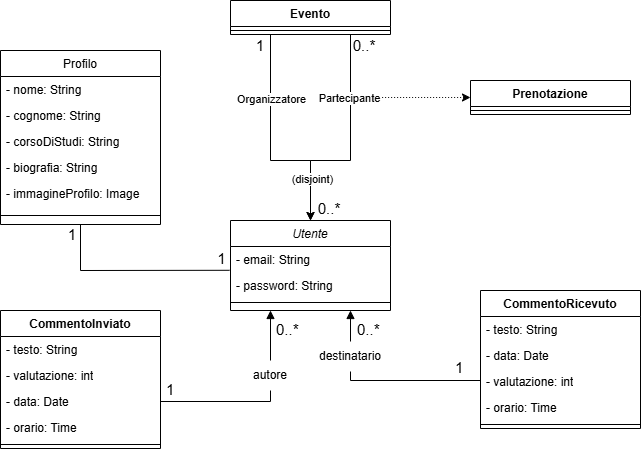
Above: latex/images/modello-del-dominio-utente.png in federicoporpora/studyLink (draw.io), before the change. Source tidied: cells renumbered, new cells last; positions are measured from the earlier drawing's top-left corner, leaving out a move shared by most shapes.
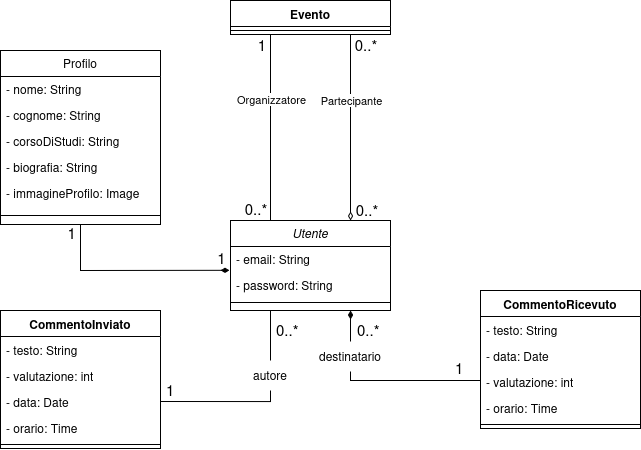
After the change.

Change to the diagram source:
```diff
@@ -35,7 +35,7 @@
     <mxCell id="12" style="line;html=1;strokeWidth=1;align=left;verticalAlign=middle;spacingTop=-1;spacingLeft=3;spacingRight=3;labelPosition=right;" parent="6" vertex="1">
       <mxGeometry y="156" width="160" height="18" as="geometry" />
     </mxCell>
-    <mxCell id="13" style="endArrow=none;shadow=0;strokeWidth=1;rounded=0;curved=0;endFill=0;edgeStyle=elbowEdgeStyle;elbow=vertical;exitX=-0.006;exitY=-0.085;exitDx=0;exitDy=0;exitPerimeter=0;" parent="1" edge="1" source="4" target="6">
+    <mxCell id="13" style="endArrow=none;shadow=0;strokeWidth=1;rounded=0;curved=0;endFill=0;edgeStyle=elbowEdgeStyle;elbow=vertical;exitX=-0.006;exitY=-0.085;exitDx=0;exitDy=0;exitPerimeter=0;startArrow=diamondThin;startFill=1;" parent="1" edge="1" source="4" target="6">
       <mxGeometry x="0.5" y="41" relative="1" as="geometry">
         <Array as="points">
           <mxPoint x="80" y="270" />
@@ -53,35 +53,32 @@
         <mxPoint x="-3" y="20" as="offset" />
       </mxGeometry>
     </mxCell>
-    <mxCell id="16" style="endArrow=block;endFill=1;html=1;edgeStyle=orthogonalEdgeStyle;align=left;verticalAlign=top;rounded=0;entryX=0.25;entryY=1;entryDx=0;entryDy=0;" parent="1" edge="1" source="30" target="2">
+    <mxCell id="16" style="endArrow=none;endFill=0;html=1;edgeStyle=orthogonalEdgeStyle;align=left;verticalAlign=top;rounded=0;entryX=0.25;entryY=1;entryDx=0;entryDy=0;" parent="1" edge="1" source="30" target="2">
       <mxGeometry x="-1" relative="1" as="geometry" />
     </mxCell>
     <mxCell id="17" value="&lt;font style=&quot;font-size: 15px;&quot;&gt;0..*&lt;/font&gt;" style="edgeLabel;html=1;align=left;verticalAlign=bottom;" parent="1" vertex="1">
       <mxGeometry x="274" y="340" as="geometry" />
     </mxCell>
-    <mxCell id="18" style="endArrow=block;endFill=1;html=1;edgeStyle=orthogonalEdgeStyle;align=left;verticalAlign=top;rounded=0;exitX=0.5;exitY=0;exitDx=0;exitDy=0;entryX=0.75;entryY=1;entryDx=0;entryDy=0;" parent="1" edge="1" source="27" target="2">
+    <mxCell id="18" style="endArrow=diamondThin;endFill=1;html=1;edgeStyle=orthogonalEdgeStyle;align=left;verticalAlign=top;rounded=0;exitX=0.5;exitY=0;exitDx=0;exitDy=0;entryX=0.75;entryY=1;entryDx=0;entryDy=0;" parent="1" edge="1" source="27" target="2">
       <mxGeometry x="-1" relative="1" as="geometry" />
     </mxCell>
     <mxCell id="19" value="0..*" style="edgeLabel;html=1;align=left;verticalAlign=bottom;fontSize=15;" parent="1" vertex="1">
       <mxGeometry x="355" y="340" as="geometry" />
     </mxCell>
+    <mxCell id="52" style="edgeStyle=orthogonalEdgeStyle;rounded=0;jettySize=auto;html=1;exitX=0.75;exitY=1;exitDx=0;exitDy=0;entryX=0.75;entryY=0;entryDx=0;entryDy=0;endArrow=diamondThin;endFill=0;" parent="1" edge="1" source="20" target="2">
+      <mxGeometry relative="1" as="geometry" />
+    </mxCell>
+    <mxCell id="47" value="Partecipante" style="edgeLabel;html=1;align=center;verticalAlign=middle;" parent="52" vertex="1">
+      <mxGeometry x="-0.29" y="-1" relative="1" as="geometry">
+        <mxPoint x="2" as="offset" />
+      </mxGeometry>
+    </mxCell>
     <mxCell id="20" value="Evento" style="swimlane;fontStyle=1;align=center;verticalAlign=top;horizontal=1;startSize=26;whiteSpace=wrap;html=1;" parent="1" vertex="1">
       <mxGeometry x="230" width="160" height="34" as="geometry" />
     </mxCell>
     <mxCell id="21" style="line;strokeWidth=1;fillColor=none;align=left;verticalAlign=middle;spacingTop=-1;spacingLeft=3;spacingRight=3;labelPosition=right;strokeColor=inherit;" parent="20" vertex="1">
       <mxGeometry y="26" width="160" height="8" as="geometry" />
     </mxCell>
-    <mxCell id="22" style="edgeStyle=orthogonalEdgeStyle;rounded=0;jettySize=auto;html=1;exitX=0;exitY=0.5;exitDx=0;exitDy=0;endArrow=none;endFill=0;startArrow=classic;startFill=1;dashed=1;dashPattern=1 2;" parent="1" edge="1" source="23">
-      <mxGeometry relative="1" as="geometry">
-        <mxPoint x="380" y="97" as="targetPoint" />
-      </mxGeometry>
-    </mxCell>
-    <mxCell id="23" value="Prenotazione" style="swimlane;fontStyle=1;align=center;verticalAlign=top;horizontal=1;startSize=26;whiteSpace=wrap;html=1;" parent="1" vertex="1">
-      <mxGeometry x="470" y="80" width="160" height="34" as="geometry" />
-    </mxCell>
-    <mxCell id="24" style="line;strokeWidth=1;fillColor=none;align=left;verticalAlign=middle;spacingTop=-1;spacingLeft=3;spacingRight=3;labelPosition=right;strokeColor=inherit;" parent="23" vertex="1">
-      <mxGeometry y="26" width="160" height="8" as="geometry" />
-    </mxCell>
     <mxCell id="25" style="endArrow=none;endFill=0;html=1;edgeStyle=orthogonalEdgeStyle;align=left;verticalAlign=top;rounded=0;exitX=0;exitY=0.5;exitDx=0;exitDy=0;entryX=0.5;entryY=1;entryDx=0;entryDy=0;" parent="1" edge="1">
       <mxGeometry x="-1" relative="1" as="geometry">
         <mxPoint x="480" y="381" as="sourcePoint" />
@@ -150,42 +147,29 @@
     <mxCell id="43" style="group;" parent="1" vertex="1">
       <mxGeometry x="310" y="127" width="40" height="93" as="geometry" />
     </mxCell>
-    <mxCell id="44" style="edgeStyle=orthogonalEdgeStyle;rounded=0;jettySize=auto;html=1;exitX=0.25;exitY=1;exitDx=0;exitDy=0;entryX=0.5;entryY=0;entryDx=0;entryDy=0;" parent="43" edge="1" source="20" target="2">
+    <mxCell id="44" style="edgeStyle=orthogonalEdgeStyle;rounded=0;jettySize=auto;html=1;exitX=0.25;exitY=1;exitDx=0;exitDy=0;entryX=0.5;entryY=0;entryDx=0;entryDy=0;endArrow=none;endFill=0;" parent="43" edge="1" source="20" target="2">
       <mxGeometry relative="1" as="geometry">
         <Array as="points">
-          <mxPoint x="-40" y="33" />
-          <mxPoint y="33" />
+          <mxPoint x="-40" y="93" />
         </Array>
       </mxGeometry>
     </mxCell>
     <mxCell id="45" value="Organizzatore" style="edgeLabel;html=1;align=center;verticalAlign=middle;" parent="44" vertex="1">
-      <mxGeometry x="-0.43" relative="1" as="geometry" />
+      <mxGeometry x="-0.43" relative="1" as="geometry">
+        <mxPoint x="1" as="offset" />
+      </mxGeometry>
     </mxCell>
-    <mxCell id="46" style="edgeStyle=orthogonalEdgeStyle;rounded=0;jettySize=auto;html=1;exitX=0.75;exitY=1;exitDx=0;exitDy=0;" parent="43" edge="1" source="20">
-      <mxGeometry relative="1" as="geometry">
-        <mxPoint y="93" as="targetPoint" />
-        <Array as="points">
-          <mxPoint x="40" y="33" />
-          <mxPoint y="33" />
-        </Array>
-      </mxGeometry>
-    </mxCell>
-    <mxCell id="47" value="Partecipante" style="edgeLabel;html=1;align=center;verticalAlign=middle;" parent="46" vertex="1">
-      <mxGeometry x="-0.44" y="-2" relative="1" as="geometry" />
-    </mxCell>
-    <mxCell id="48" value="(disjoint)" style="edgeLabel;html=1;align=center;verticalAlign=middle;" parent="46" vertex="1">
-      <mxGeometry x="0.71" y="1" relative="1" as="geometry">
-        <mxPoint y="-9" as="offset" />
-      </mxGeometry>
-    </mxCell>
     <mxCell id="49" value="&lt;font style=&quot;font-size: 15px;&quot;&gt;1&lt;/font&gt;" style="text;html=1;whiteSpace=wrap;strokeColor=none;fillColor=none;align=center;verticalAlign=middle;rounded=0;" parent="1" vertex="1">
-      <mxGeometry x="230" y="30" width="60" height="30" as="geometry" />
+      <mxGeometry x="232" y="29" width="60" height="30" as="geometry" />
     </mxCell>
     <mxCell id="50" value="&lt;font style=&quot;font-size: 15px;&quot;&gt;0..*&lt;/font&gt;" style="text;html=1;whiteSpace=wrap;strokeColor=none;fillColor=none;align=center;verticalAlign=middle;rounded=0;" parent="1" vertex="1">
-      <mxGeometry x="334" y="30" width="60" height="30" as="geometry" />
+      <mxGeometry x="336" y="29" width="60" height="30" as="geometry" />
     </mxCell>
     <mxCell id="51" value="&lt;font style=&quot;font-size: 15px;&quot;&gt;0..*&lt;/font&gt;" style="text;html=1;whiteSpace=wrap;strokeColor=none;fillColor=none;align=center;verticalAlign=middle;rounded=0;" parent="1" vertex="1">
-      <mxGeometry x="299" y="193" width="60" height="30" as="geometry" />
+      <mxGeometry x="226" y="193" width="60" height="30" as="geometry" />
     </mxCell>
+    <mxCell id="53" value="&lt;font style=&quot;font-size: 15px;&quot;&gt;0..*&lt;/font&gt;" style="text;html=1;whiteSpace=wrap;strokeColor=none;fillColor=none;align=center;verticalAlign=middle;rounded=0;" parent="1" vertex="1">
+      <mxGeometry x="337" y="194" width="60" height="30" as="geometry" />
+    </mxCell>
   </root>
 </mxGraphModel>
```
